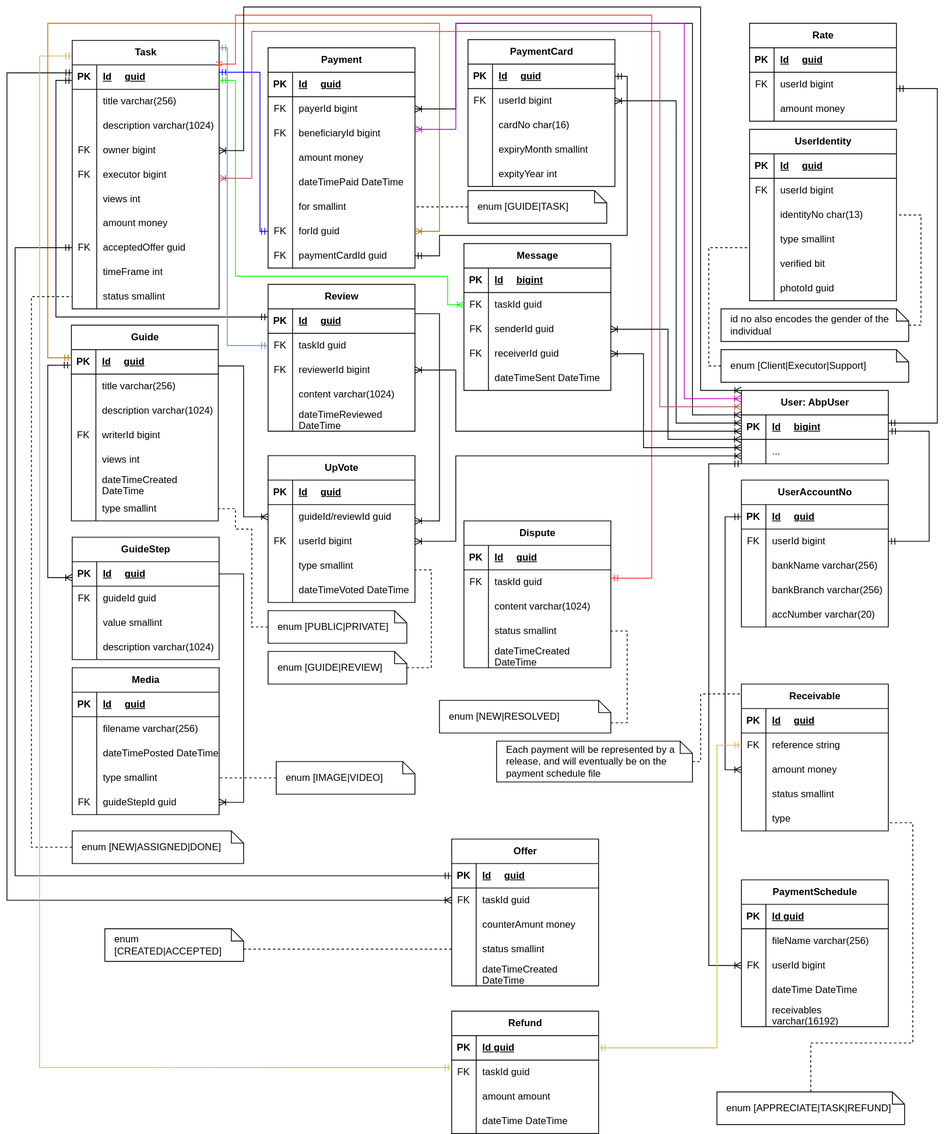
Above: docs/assets/howto-domain.svg in teboho/how-to (draw.io), before the change. Source tidied: cells renumbered, new cells last; positions are measured from the earlier drawing's top-left corner, leaving out a move shared by most shapes.
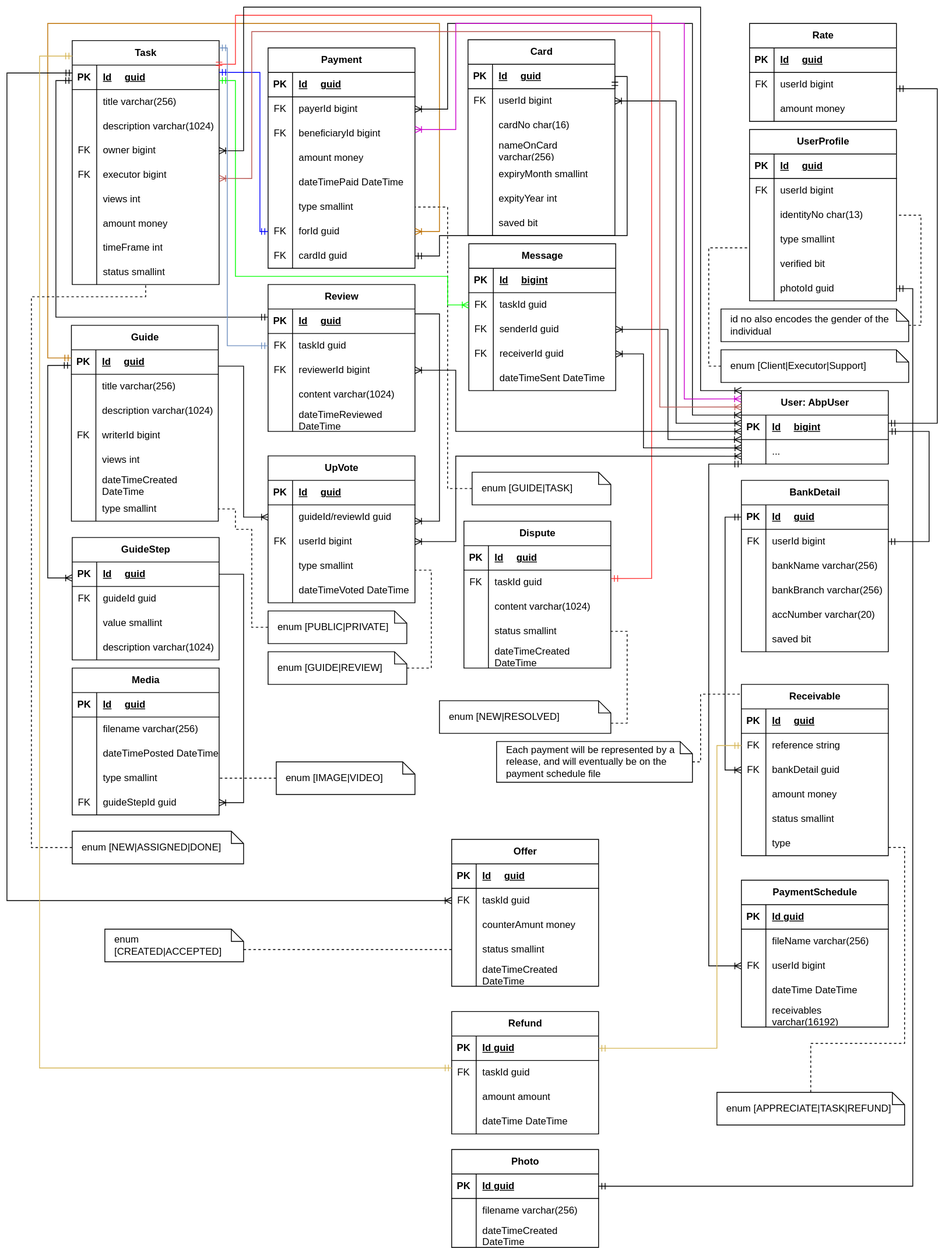
The same file after the commit.

The edit, as a diff of the source:
```diff
@@ -5,3 +5,3 @@
     <mxCell id="2" value="Task" style="shape=table;startSize=30;rowLines=0;fontStyle=1;align=center;html=1;" parent="1" vertex="1">
-      <mxGeometry x="80" y="41" width="180" height="329" as="geometry" />
+      <mxGeometry x="80" y="41" width="180" height="299" as="geometry" />
     </mxCell>
@@ -70,13 +70,4 @@
     </mxCell>
-    <mxCell id="24" style="shape=tableRow;horizontal=0;startSize=0;swimlaneHead=0;swimlaneBody=0;fillColor=none;points=[[0,0.5],[1,0.5]];portConstraint=eastwest;top=0;left=0;right=0;bottom=0;" parent="2" vertex="1">
-      <mxGeometry y="239" width="180" height="30" as="geometry" />
-    </mxCell>
-    <mxCell id="25" value="FK" style="shape=partialRectangle;fillColor=none;top=0;left=0;bottom=0;right=0;overflow=hidden;whiteSpace=wrap;html=1;" parent="24" vertex="1">
-      <mxGeometry width="30" height="30" as="geometry" />
-    </mxCell>
-    <mxCell id="26" value="acceptedOffer guid" style="shape=partialRectangle;fillColor=none;top=0;left=0;bottom=0;right=0;align=left;spacingLeft=6;overflow=hidden;whiteSpace=wrap;html=1;" parent="24" vertex="1">
-      <mxGeometry x="30" width="150" height="30" as="geometry" />
-    </mxCell>
     <mxCell id="27" style="shape=tableRow;horizontal=0;startSize=0;swimlaneHead=0;swimlaneBody=0;fillColor=none;top=0;left=0;right=0;bottom=0;" parent="2" vertex="1">
-      <mxGeometry y="269" width="180" height="30" as="geometry" />
+      <mxGeometry y="239" width="180" height="30" as="geometry" />
     </mxCell>
@@ -89,3 +80,3 @@
     <mxCell id="30" style="shape=tableRow;horizontal=0;startSize=0;swimlaneHead=0;swimlaneBody=0;fillColor=none;points=[[0,0.5],[1,0.5]];portConstraint=eastwest;top=0;left=0;right=0;bottom=0;" parent="2" vertex="1">
-      <mxGeometry y="299" width="180" height="30" as="geometry" />
+      <mxGeometry y="269" width="180" height="30" as="geometry" />
     </mxCell>
@@ -151,3 +142,3 @@
     </mxCell>
-    <mxCell id="51" value="for smallint" style="shape=partialRectangle;fillColor=none;top=0;left=0;bottom=0;right=0;align=left;spacingLeft=6;overflow=hidden;whiteSpace=wrap;html=1;" parent="49" vertex="1">
+    <mxCell id="51" value="type smallint" style="shape=partialRectangle;fillColor=none;top=0;left=0;bottom=0;right=0;align=left;spacingLeft=6;overflow=hidden;whiteSpace=wrap;html=1;" parent="49" vertex="1">
       <mxGeometry x="30" width="150" height="30" as="geometry" />
@@ -169,3 +160,3 @@
     </mxCell>
-    <mxCell id="57" value="paymentCardId guid" style="shape=partialRectangle;fillColor=none;top=0;left=0;bottom=0;right=0;align=left;spacingLeft=6;overflow=hidden;whiteSpace=wrap;html=1;" parent="55" vertex="1">
+    <mxCell id="57" value="cardId guid" style="shape=partialRectangle;fillColor=none;top=0;left=0;bottom=0;right=0;align=left;spacingLeft=6;overflow=hidden;whiteSpace=wrap;html=1;" parent="55" vertex="1">
       <mxGeometry x="30" width="150" height="30" as="geometry" />
@@ -383,3 +374,3 @@
     <mxCell id="128" value="Message" style="shape=table;startSize=30;rowLines=0;fontStyle=1;align=center;html=1;" parent="1" vertex="1">
-      <mxGeometry x="560" y="290" width="180" height="180" as="geometry" />
+      <mxGeometry x="566" y="290" width="180" height="180" as="geometry" />
     </mxCell>
@@ -482,10 +473,15 @@
     </mxCell>
-    <mxCell id="159" style="rounded=0;jettySize=auto;html=1;entryX=1;entryY=0.5;entryDx=0;entryDy=0;dashed=1;endArrow=none;endFill=0;" parent="1" edge="1" source="160" target="49">
-      <mxGeometry relative="1" as="geometry" />
+    <mxCell id="159" style="rounded=0;jettySize=auto;html=1;entryX=1;entryY=0.5;entryDx=0;entryDy=0;dashed=1;endArrow=none;endFill=0;edgeStyle=orthogonalEdgeStyle;" parent="1" edge="1" source="160" target="49">
+      <mxGeometry relative="1" as="geometry">
+        <Array as="points">
+          <mxPoint x="540" y="590" />
+          <mxPoint x="540" y="245" />
+        </Array>
+      </mxGeometry>
     </mxCell>
     <mxCell id="160" value="enum [GUIDE|TASK]" style="shape=note;size=15;align=left;spacingLeft=10;html=1;whiteSpace=wrap;" parent="1" vertex="1">
-      <mxGeometry x="565" y="225" width="170" height="40" as="geometry" />
+      <mxGeometry x="570" y="570" width="170" height="40" as="geometry" />
     </mxCell>
-    <mxCell id="161" value="PaymentCard" style="shape=table;startSize=30;rowLines=0;fontStyle=1;align=center;html=1;" parent="1" vertex="1">
-      <mxGeometry x="565" y="40" width="180" height="180" as="geometry" />
+    <mxCell id="161" value="Card" style="shape=table;startSize=30;rowLines=0;fontStyle=1;align=center;html=1;" parent="1" vertex="1">
+      <mxGeometry x="565" y="40" width="180" height="240" as="geometry" />
     </mxCell>
@@ -518,4 +514,13 @@
     </mxCell>
+    <mxCell id="352" style="shape=tableRow;horizontal=0;startSize=0;swimlaneHead=0;swimlaneBody=0;fillColor=none;top=0;left=0;right=0;bottom=0;" parent="161" vertex="1">
+      <mxGeometry y="120" width="180" height="30" as="geometry" />
+    </mxCell>
+    <mxCell id="353" style="shape=partialRectangle;fillColor=none;top=0;left=0;bottom=0;right=0;overflow=hidden;whiteSpace=wrap;html=1;" parent="352" vertex="1">
+      <mxGeometry width="30" height="30" as="geometry" />
+    </mxCell>
+    <mxCell id="354" value="nameOnCard varchar(256)" style="shape=partialRectangle;fillColor=none;top=0;left=0;bottom=0;right=0;align=left;spacingLeft=6;overflow=hidden;whiteSpace=wrap;html=1;" parent="352" vertex="1">
+      <mxGeometry x="30" width="150" height="30" as="geometry" />
+    </mxCell>
     <mxCell id="171" style="shape=tableRow;horizontal=0;startSize=0;swimlaneHead=0;swimlaneBody=0;fillColor=none;top=0;left=0;right=0;bottom=0;" parent="161" vertex="1">
-      <mxGeometry y="120" width="180" height="30" as="geometry" />
+      <mxGeometry y="150" width="180" height="30" as="geometry" />
     </mxCell>
@@ -528,3 +533,3 @@
     <mxCell id="174" style="shape=tableRow;horizontal=0;startSize=0;swimlaneHead=0;swimlaneBody=0;fillColor=none;top=0;left=0;right=0;bottom=0;" parent="161" vertex="1">
-      <mxGeometry y="150" width="180" height="30" as="geometry" />
+      <mxGeometry y="180" width="180" height="30" as="geometry" />
     </mxCell>
@@ -536,2 +541,11 @@
     </mxCell>
+    <mxCell id="355" style="shape=tableRow;horizontal=0;startSize=0;swimlaneHead=0;swimlaneBody=0;fillColor=none;top=0;left=0;right=0;bottom=0;" parent="161" vertex="1">
+      <mxGeometry y="210" width="180" height="30" as="geometry" />
+    </mxCell>
+    <mxCell id="356" style="shape=partialRectangle;fillColor=none;top=0;left=0;bottom=0;right=0;overflow=hidden;whiteSpace=wrap;html=1;" parent="355" vertex="1">
+      <mxGeometry width="30" height="30" as="geometry" />
+    </mxCell>
+    <mxCell id="357" value="saved bit" style="shape=partialRectangle;fillColor=none;top=0;left=0;bottom=0;right=0;align=left;spacingLeft=6;overflow=hidden;whiteSpace=wrap;html=1;" parent="355" vertex="1">
+      <mxGeometry x="30" width="150" height="30" as="geometry" />
+    </mxCell>
     <mxCell id="177" style="edgeStyle=orthogonalEdgeStyle;fontSize=12;html=1;endArrow=ERmandOne;startArrow=ERmandOne;rounded=0;entryX=0;entryY=0.5;entryDx=0;entryDy=0;strokeColor=#0000FF;" parent="1" edge="1" target="52">
@@ -850,4 +864,4 @@
         <Array as="points">
-          <mxPoint x="550" y="125" />
-          <mxPoint x="550" y="20" />
+          <mxPoint x="540" y="125" />
+          <mxPoint x="540" y="20" />
           <mxPoint x="840" y="20" />
@@ -888,11 +902,3 @@
     </mxCell>
-    <mxCell id="246" style="edgeStyle=orthogonalEdgeStyle;fontSize=12;html=1;endArrow=ERmandOne;startArrow=ERmandOne;rounded=0;exitX=0;exitY=0.5;exitDx=0;exitDy=0;entryX=0;entryY=0.5;entryDx=0;entryDy=0;" parent="1" edge="1" source="24" target="196">
-      <mxGeometry relative="1" as="geometry">
-        <Array as="points">
-          <mxPoint x="10" y="295" />
-          <mxPoint x="10" y="1065" />
-        </Array>
-      </mxGeometry>
-    </mxCell>
-    <mxCell id="247" value="UserIdentity" style="shape=table;startSize=30;rowLines=0;fontStyle=1;align=center;html=1;" parent="1" vertex="1">
+    <mxCell id="247" value="UserProfile" style="shape=table;startSize=30;rowLines=0;fontStyle=1;align=center;html=1;" parent="1" vertex="1">
       <mxGeometry x="910" y="150" width="180" height="210" as="geometry" />
@@ -976,3 +982,3 @@
     <mxCell id="270" value="Receivable" style="shape=table;startSize=30;rowLines=0;fontStyle=1;align=center;html=1;" parent="1" vertex="1">
-      <mxGeometry x="900" y="830" width="180" height="180" as="geometry" />
+      <mxGeometry x="900" y="830" width="180" height="210" as="geometry" />
     </mxCell>
@@ -996,4 +1002,13 @@
     </mxCell>
+    <mxCell id="358" style="shape=tableRow;horizontal=0;startSize=0;swimlaneHead=0;swimlaneBody=0;fillColor=none;top=0;left=0;right=0;bottom=0;" parent="270" vertex="1">
+      <mxGeometry y="90" width="180" height="30" as="geometry" />
+    </mxCell>
+    <mxCell id="25" value="FK" style="shape=partialRectangle;fillColor=none;top=0;left=0;bottom=0;right=0;overflow=hidden;whiteSpace=wrap;html=1;" parent="358" vertex="1">
+      <mxGeometry width="30" height="30" as="geometry" />
+    </mxCell>
+    <mxCell id="359" value="bankDetail guid" style="shape=partialRectangle;fillColor=none;top=0;left=0;bottom=0;right=0;align=left;spacingLeft=6;overflow=hidden;whiteSpace=wrap;html=1;" parent="358" vertex="1">
+      <mxGeometry x="30" width="150" height="30" as="geometry" />
+    </mxCell>
     <mxCell id="277" style="shape=tableRow;horizontal=0;startSize=0;swimlaneHead=0;swimlaneBody=0;fillColor=none;top=0;left=0;right=0;bottom=0;" parent="270" vertex="1">
-      <mxGeometry y="90" width="180" height="30" as="geometry" />
+      <mxGeometry y="120" width="180" height="30" as="geometry" />
     </mxCell>
@@ -1006,3 +1021,3 @@
     <mxCell id="280" style="shape=tableRow;horizontal=0;startSize=0;swimlaneHead=0;swimlaneBody=0;fillColor=none;top=0;left=0;right=0;bottom=0;" parent="270" vertex="1">
-      <mxGeometry y="120" width="180" height="30" as="geometry" />
+      <mxGeometry y="150" width="180" height="30" as="geometry" />
     </mxCell>
@@ -1015,3 +1030,3 @@
     <mxCell id="283" style="shape=tableRow;horizontal=0;startSize=0;swimlaneHead=0;swimlaneBody=0;fillColor=none;points=[[0,0.5],[1,0.5]];portConstraint=eastwest;top=0;left=0;right=0;bottom=0;" parent="270" vertex="1">
-      <mxGeometry y="150" width="180" height="30" as="geometry" />
+      <mxGeometry y="180" width="180" height="30" as="geometry" />
     </mxCell>
@@ -1023,4 +1038,4 @@
     </mxCell>
-    <mxCell id="286" value="UserAccountNo" style="shape=table;startSize=30;rowLines=0;fontStyle=1;align=center;html=1;" parent="1" vertex="1">
-      <mxGeometry x="900" y="580" width="180" height="180" as="geometry" />
+    <mxCell id="286" value="BankDetail" style="shape=table;startSize=30;rowLines=0;fontStyle=1;align=center;html=1;" parent="1" vertex="1">
+      <mxGeometry x="900" y="580" width="180" height="210" as="geometry" />
     </mxCell>
@@ -1071,2 +1086,11 @@
     </mxCell>
+    <mxCell id="360" style="shape=tableRow;horizontal=0;startSize=0;swimlaneHead=0;swimlaneBody=0;fillColor=none;top=0;left=0;right=0;bottom=0;" parent="286" vertex="1">
+      <mxGeometry y="180" width="180" height="30" as="geometry" />
+    </mxCell>
+    <mxCell id="361" style="shape=partialRectangle;fillColor=none;top=0;left=0;bottom=0;right=0;overflow=hidden;whiteSpace=wrap;html=1;" parent="360" vertex="1">
+      <mxGeometry width="30" height="30" as="geometry" />
+    </mxCell>
+    <mxCell id="362" value="saved bit" style="shape=partialRectangle;fillColor=none;top=0;left=0;bottom=0;right=0;align=left;spacingLeft=6;overflow=hidden;whiteSpace=wrap;html=1;" parent="360" vertex="1">
+      <mxGeometry x="30" width="150" height="30" as="geometry" />
+    </mxCell>
     <mxCell id="302" value="Rate" style="shape=table;startSize=30;rowLines=0;fontStyle=1;align=center;html=1;" parent="1" vertex="1">
@@ -1231,5 +1255,4 @@
           <mxPoint x="985" y="1270" />
-          <mxPoint x="1110" y="1270" />
-          <mxPoint x="1110" y="1000" />
-          <mxPoint x="1080" y="1000" />
+          <mxPoint x="1100" y="1270" />
+          <mxPoint x="1100" y="1030" />
         </Array>
@@ -1248,4 +1271,5 @@
     </mxCell>
-    <mxCell id="349" style="edgeStyle=orthogonalEdgeStyle;fontSize=12;html=1;endArrow=ERmandOne;startArrow=ERmandOne;rounded=0;exitX=0;exitY=0.305;exitDx=0;exitDy=0;entryX=0;entryY=0.058;entryDx=0;entryDy=0;entryPerimeter=0;endFill=0;fillColor=#fff2cc;strokeColor=#d6b656;exitPerimeter=0;" parent="1" edge="1" source="337" target="2">
+    <mxCell id="349" style="edgeStyle=orthogonalEdgeStyle;fontSize=12;html=1;endArrow=ERmandOne;startArrow=ERmandOne;rounded=0;exitX=0;exitY=0.305;exitDx=0;exitDy=0;endFill=0;fillColor=#fff2cc;strokeColor=#d6b656;exitPerimeter=0;" parent="1" edge="1" source="337">
       <mxGeometry relative="1" as="geometry">
+        <mxPoint x="80" y="60" as="targetPoint" />
         <Array as="points">
@@ -1273,2 +1297,35 @@
     </mxCell>
+    <mxCell id="363" value="Photo" style="shape=table;startSize=30;rowLines=0;fontStyle=1;align=center;html=1;" parent="1" vertex="1">
+      <mxGeometry x="545" y="1400" width="180" height="120" as="geometry" />
+    </mxCell>
+    <mxCell id="364" style="shape=tableRow;horizontal=0;startSize=0;swimlaneHead=0;swimlaneBody=0;fillColor=none;points=[[0,0.5],[1,0.5]];portConstraint=eastwest;top=0;left=0;right=0;bottom=1;" parent="363" vertex="1">
+      <mxGeometry y="30" width="180" height="30" as="geometry" />
+    </mxCell>
+    <mxCell id="365" value="PK" style="shape=partialRectangle;fillColor=none;top=0;left=0;bottom=0;right=0;fontStyle=1;overflow=hidden;whiteSpace=wrap;html=1;" parent="364" vertex="1">
+      <mxGeometry width="30" height="30" as="geometry" />
+    </mxCell>
+    <mxCell id="366" value="Id guid" style="shape=partialRectangle;fillColor=none;top=0;left=0;bottom=0;right=0;align=left;spacingLeft=6;fontStyle=5;overflow=hidden;whiteSpace=wrap;html=1;" parent="364" vertex="1">
+      <mxGeometry x="30" width="150" height="30" as="geometry" />
+    </mxCell>
+    <mxCell id="367" style="shape=tableRow;horizontal=0;startSize=0;swimlaneHead=0;swimlaneBody=0;fillColor=none;top=0;left=0;right=0;bottom=0;" parent="363" vertex="1">
+      <mxGeometry y="60" width="180" height="30" as="geometry" />
+    </mxCell>
+    <mxCell id="368" style="shape=partialRectangle;fillColor=none;top=0;left=0;bottom=0;right=0;overflow=hidden;whiteSpace=wrap;html=1;" parent="367" vertex="1">
+      <mxGeometry width="30" height="30" as="geometry" />
+    </mxCell>
+    <mxCell id="369" value="filename varchar(256)" style="shape=partialRectangle;fillColor=none;top=0;left=0;bottom=0;right=0;align=left;spacingLeft=6;overflow=hidden;whiteSpace=wrap;html=1;" parent="367" vertex="1">
+      <mxGeometry x="30" width="150" height="30" as="geometry" />
+    </mxCell>
+    <mxCell id="370" style="shape=tableRow;horizontal=0;startSize=0;swimlaneHead=0;swimlaneBody=0;fillColor=none;top=0;left=0;right=0;bottom=0;" parent="363" vertex="1">
+      <mxGeometry y="90" width="180" height="30" as="geometry" />
+    </mxCell>
+    <mxCell id="371" style="shape=partialRectangle;fillColor=none;top=0;left=0;bottom=0;right=0;overflow=hidden;whiteSpace=wrap;html=1;" parent="370" vertex="1">
+      <mxGeometry width="30" height="30" as="geometry" />
+    </mxCell>
+    <mxCell id="372" value="dateTimeCreated DateTime" style="shape=partialRectangle;fillColor=none;top=0;left=0;bottom=0;right=0;align=left;spacingLeft=6;overflow=hidden;whiteSpace=wrap;html=1;" parent="370" vertex="1">
+      <mxGeometry x="30" width="150" height="30" as="geometry" />
+    </mxCell>
+    <mxCell id="373" style="edgeStyle=orthogonalEdgeStyle;rounded=0;jettySize=auto;html=1;entryX=1;entryY=0.5;entryDx=0;entryDy=0;endArrow=ERmandOne;endFill=0;startArrow=ERmandOne;startFill=0;" parent="1" edge="1" source="364" target="263">
+      <mxGeometry relative="1" as="geometry" />
+    </mxCell>
   </root>
```
